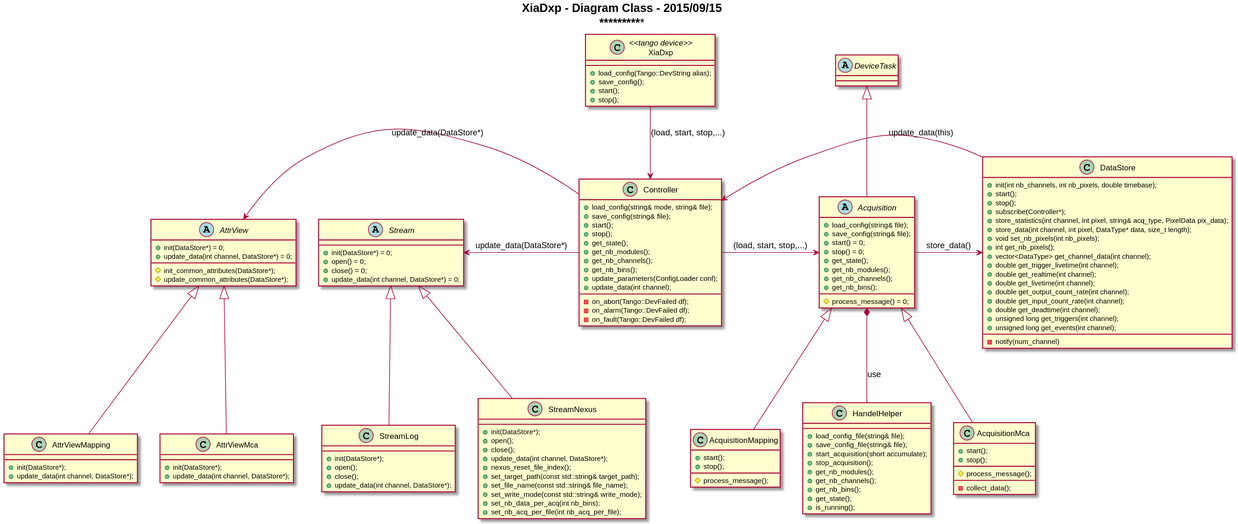
Earlier version of the PlantUML export uml/diagram_class_1.svg (anoureddine/XiaDxp). Its source is kept beside it as uml/diagram_class_1.puml.
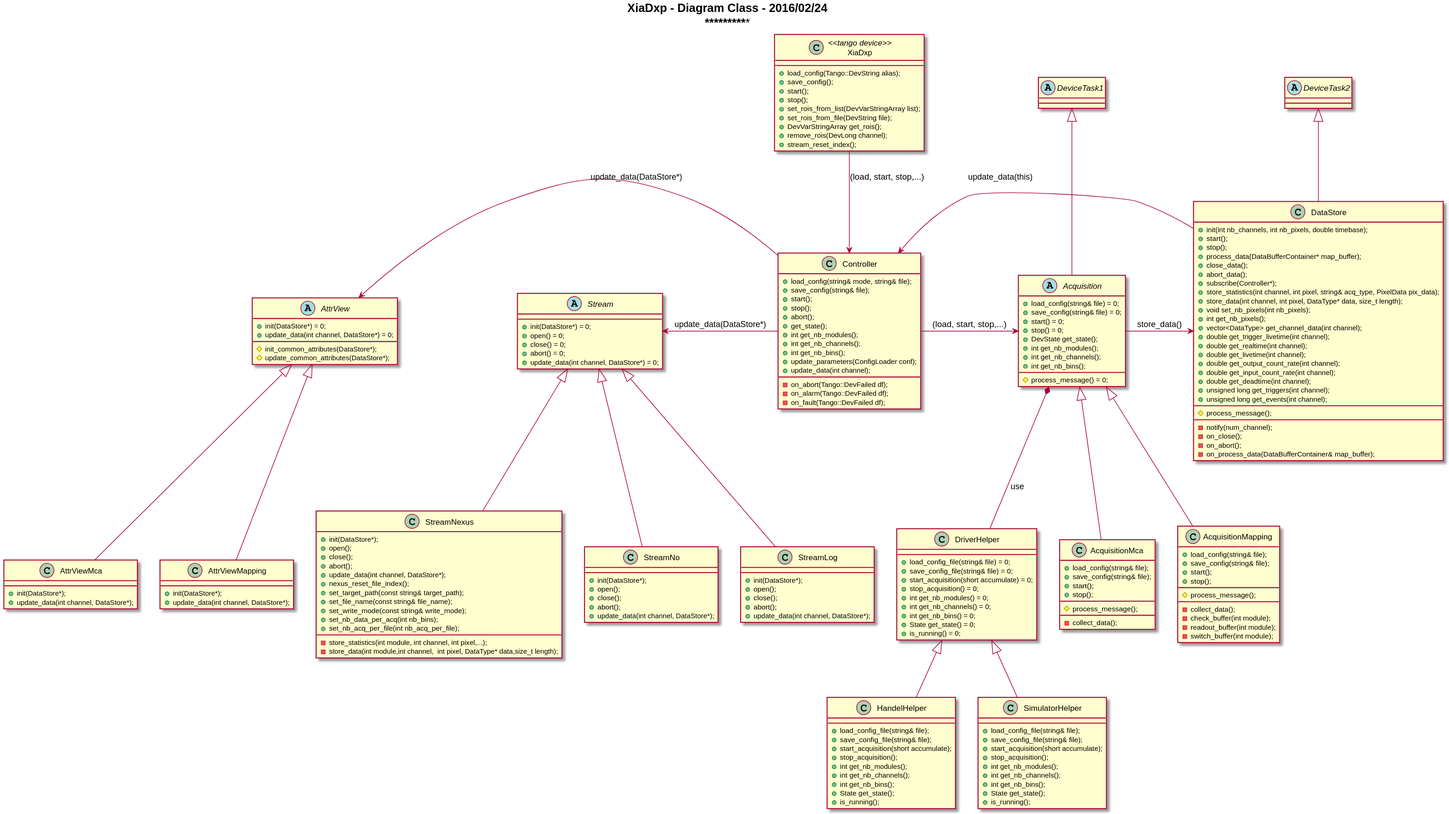
After the commit.

The edit, as a diff of the source:
```diff
@@ -2,7 +2,11 @@
 
 title <b>XiaDxp - Diagram Class - 2016/02/24</b>\n**********************************************
 
-abstract class DeviceTask {
+abstract class DeviceTask1 {
+}
+
+
+abstract class DeviceTask2 {
 }
 
 abstract class Acquisition{
@@ -41,8 +45,6 @@
     -check_buffer(int module);
     -readout_buffer(int module);
     -switch_buffer(int module);
-    -process_data(DataBufferContainer* map_buffer);
-    -parse_data(int module, int pixel, DataType* map_buffer);
 }
 
 class DriverHelper {
@@ -85,6 +87,7 @@
     +init(DataStore*) = 0;
     +open() = 0;
     +close() = 0;
+    +abort() = 0;
     +update_data(int channel, DataStore*) = 0;
 }
 
@@ -92,6 +95,7 @@
     +init(DataStore*);
     +open();
     +close();
+    +abort();
     +update_data(int channel, DataStore*);
 }
 
@@ -99,6 +103,7 @@
     +init(DataStore*);
     +open();
     +close();
+    +abort();
     +update_data(int channel, DataStore*);
 }
 
@@ -106,13 +111,17 @@
     +init(DataStore*);
     +open();
     +close();
+    +abort();
     +update_data(int channel, DataStore*);
     +nexus_reset_file_index();
-    +set_target_path(const std::string& target_path);
-    +set_file_name(const std::string& file_name);
-    +set_write_mode(const std::string& write_mode);
+    +set_target_path(const string& target_path);
+    +set_file_name(const string& file_name);
+    +set_write_mode(const string& write_mode);
     +set_nb_data_per_acq(int nb_bins);
     +set_nb_acq_per_file(int nb_acq_per_file);
+    __
+    -store_statistics(int module, int channel, int pixel,...);
+    -store_data(int module,int channel,	int pixel, DataType* data,size_t length);
 }
 
 abstract AttrView {
@@ -137,6 +146,9 @@
     +init(int nb_channels, int nb_pixels, double timebase);
     +start();
     +stop();
+    +process_data(DataBufferContainer* map_buffer);
+    +close_data();
+    +abort_data();
     +subscribe(Controller*);
     +store_statistics(int channel, int pixel, string& acq_type, PixelData pix_data);
     +store_data(int channel, int pixel, DataType* data, size_t length);
@@ -152,7 +164,12 @@
     +unsigned long get_triggers(int channel);
 	+unsigned long get_events(int channel);
     __
-    -notify(num_channel)
+    #process_message();
+    __
+    -notify(num_channel);
+    -on_close();
+    -on_abort();
+    -on_process_data(DataBufferContainer& map_buffer);
 }
 
 
@@ -161,6 +178,7 @@
     +save_config(string& file);
     +start();
     +stop();
+    +abort();
     +get_state();
     +int get_nb_modules();
     +int get_nb_channels();
@@ -186,10 +204,11 @@
     +stream_reset_index();
 }
 
-DeviceTask <|-- Acquisition
+DeviceTask1 <|-- Acquisition
 Acquisition <|-- AcquisitionMca
 Acquisition <|-- AcquisitionMapping
 
+DeviceTask2 <|-- DataStore
 
 Stream <|-- StreamNexus
 Stream <|-- StreamLog
```
